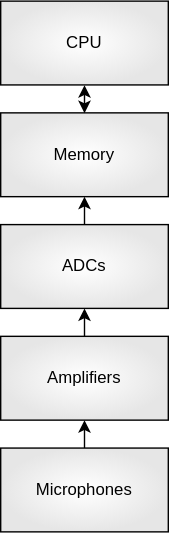
Earlier version of the draw.io export Figures/systemoverview.drawio.svg (UnknownDK/ES10-Drowning). Source tidied: cells renumbered, new cells last; positions are measured from the earlier drawing's top-left corner, leaving out a move shared by most shapes. Its diagram source:
```xml
<mxGraphModel>
  <root>
    <mxCell id="0" />
    <mxCell id="1" parent="0" />
    <mxCell id="2" value="CPU" style="rounded=0;whiteSpace=wrap;html=1;fillColor=#FFFFFF;gradientDirection=radial;strokeColor=#000000;gradientColor=#E6E6E6;" parent="1" vertex="1">
      <mxGeometry width="120" height="60" as="geometry" />
    </mxCell>
    <mxCell id="3" style="edgeStyle=none;html=1;startArrow=none;startFill=0;" parent="1" edge="1" source="4" target="8">
      <mxGeometry relative="1" as="geometry" />
    </mxCell>
    <mxCell id="4" value="Microphones" style="rounded=0;whiteSpace=wrap;html=1;fillColor=#FFFFFF;gradientDirection=radial;strokeColor=#000000;gradientColor=#E6E6E6;" parent="1" vertex="1">
      <mxGeometry y="320" width="120" height="60" as="geometry" />
    </mxCell>
    <mxCell id="5" style="edgeStyle=none;html=1;startArrow=none;startFill=0;" parent="1" edge="1" source="6" target="9">
      <mxGeometry relative="1" as="geometry" />
    </mxCell>
    <mxCell id="6" value="ADCs" style="rounded=0;whiteSpace=wrap;html=1;fillColor=#FFFFFF;gradientDirection=radial;strokeColor=#000000;gradientColor=#E6E6E6;" parent="1" vertex="1">
      <mxGeometry y="160" width="120" height="60" as="geometry" />
    </mxCell>
    <mxCell id="7" style="edgeStyle=none;html=1;startArrow=none;startFill=0;" parent="1" edge="1" source="8">
      <mxGeometry relative="1" as="geometry">
        <mxPoint x="60" y="220" as="targetPoint" />
      </mxGeometry>
    </mxCell>
    <mxCell id="8" value="Amplifiers" style="rounded=0;whiteSpace=wrap;html=1;fillColor=#FFFFFF;gradientDirection=radial;strokeColor=#000000;gradientColor=#E6E6E6;" parent="1" vertex="1">
      <mxGeometry y="240" width="120" height="60" as="geometry" />
    </mxCell>
    <mxCell id="9" value="Memory" style="rounded=0;whiteSpace=wrap;html=1;fillColor=#FFFFFF;gradientDirection=radial;strokeColor=#000000;gradientColor=#E6E6E6;" parent="1" vertex="1">
      <mxGeometry y="80" width="120" height="60" as="geometry" />
    </mxCell>
    <mxCell id="10" style="edgeStyle=none;html=1;startArrow=classic;startFill=1;" parent="1" edge="1">
      <mxGeometry relative="1" as="geometry">
        <mxPoint x="60" y="80.2" as="sourcePoint" />
        <mxPoint x="60" y="60.2" as="targetPoint" />
      </mxGeometry>
    </mxCell>
  </root>
</mxGraphModel>
```
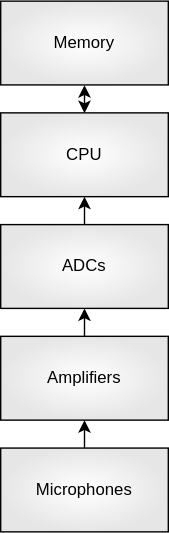
Later version of the same file.

Change to the diagram source:
```diff
@@ -2,7 +2,7 @@
   <root>
     <mxCell id="0" />
     <mxCell id="1" parent="0" />
-    <mxCell id="2" value="CPU" style="rounded=0;whiteSpace=wrap;html=1;fillColor=#FFFFFF;gradientDirection=radial;strokeColor=#000000;gradientColor=#E6E6E6;" parent="1" vertex="1">
+    <mxCell id="2" value="Memory" style="rounded=0;whiteSpace=wrap;html=1;fillColor=#FFFFFF;gradientDirection=radial;strokeColor=#000000;gradientColor=#E6E6E6;" parent="1" vertex="1">
       <mxGeometry width="120" height="60" as="geometry" />
     </mxCell>
     <mxCell id="3" style="edgeStyle=none;html=1;startArrow=none;startFill=0;" parent="1" edge="1" source="4" target="8">
@@ -25,7 +25,7 @@
     <mxCell id="8" value="Amplifiers" style="rounded=0;whiteSpace=wrap;html=1;fillColor=#FFFFFF;gradientDirection=radial;strokeColor=#000000;gradientColor=#E6E6E6;" parent="1" vertex="1">
       <mxGeometry y="240" width="120" height="60" as="geometry" />
     </mxCell>
-    <mxCell id="9" value="Memory" style="rounded=0;whiteSpace=wrap;html=1;fillColor=#FFFFFF;gradientDirection=radial;strokeColor=#000000;gradientColor=#E6E6E6;" parent="1" vertex="1">
+    <mxCell id="9" value="CPU" style="rounded=0;whiteSpace=wrap;html=1;fillColor=#FFFFFF;gradientDirection=radial;strokeColor=#000000;gradientColor=#E6E6E6;" parent="1" vertex="1">
       <mxGeometry y="80" width="120" height="60" as="geometry" />
     </mxCell>
     <mxCell id="10" style="edgeStyle=none;html=1;startArrow=classic;startFill=1;" parent="1" edge="1">
```
